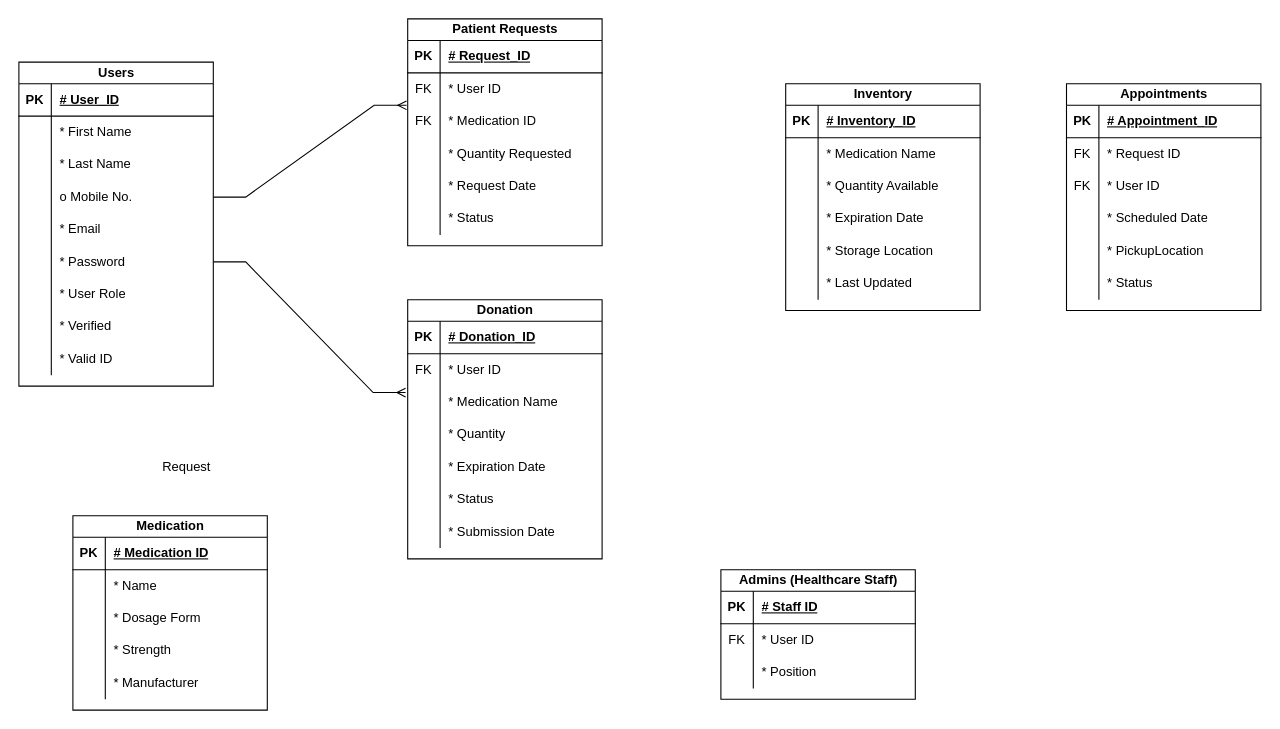
lucifron28/Information-Management keeps this draw.io diagram as Untitled Diagram.drawio. Above is the earlier version. Source tidied: cells renumbered, new cells numbered last; positions are measured from the earlier drawing's top-left corner, leaving out a move shared by most shapes. Both pictures are drawn from the tidied source at 108%, with x=0, y=0 at pixel (18, 18).
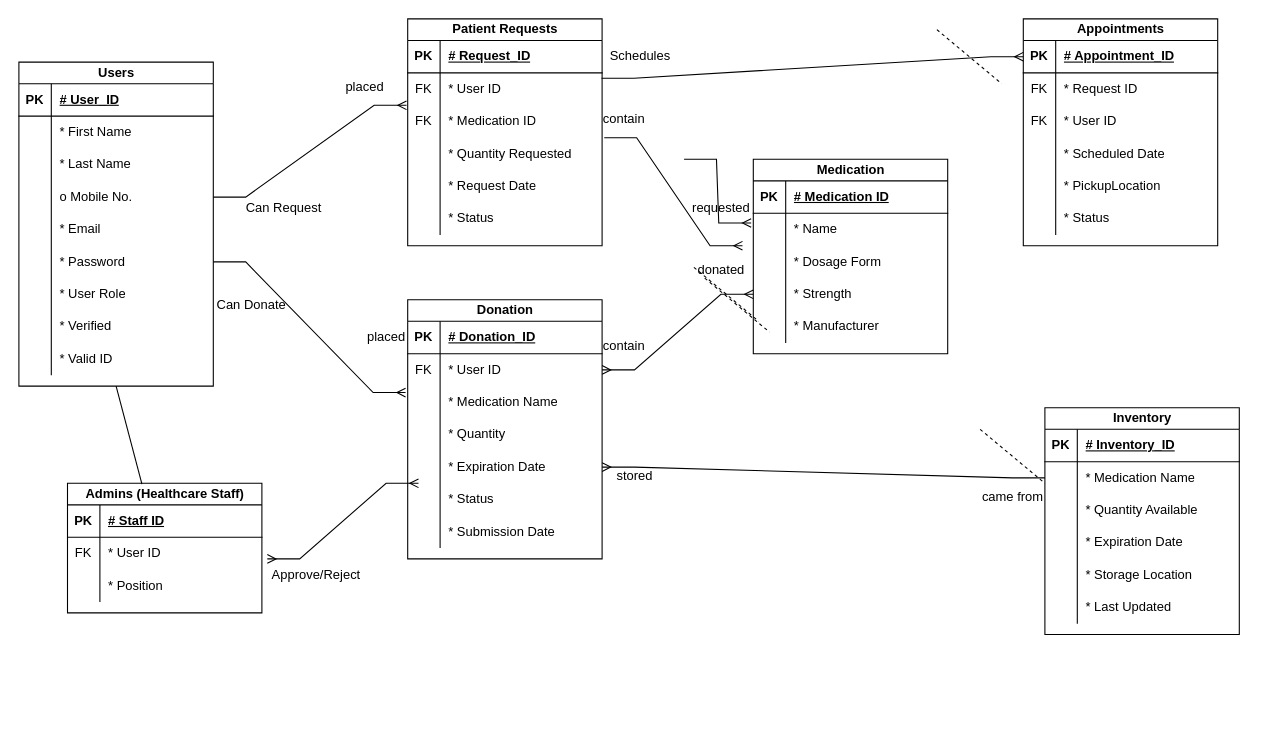
The same diagram, later.

The change refers to these unchanged cells:
```xml
<mxCell id="2" value="Users" style="shape=table;startSize=20;childLayout=tableLayout;rowLines=0;fontStyle=1;align=center;html=1;" parent="1" vertex="1">
  <mxGeometry y="40" width="180" height="300" as="geometry" />
</mxCell>
<mxCell id="34" style="shape=tableRow;horizontal=0;startSize=0;swimlaneHead=0;swimlaneBody=0;fillColor=none;points=[[0,0.5],[1,0.5]];portConstraint=eastwest;top=0;left=0;right=0;bottom=0;" parent="30" vertex="1">
  <mxGeometry y="50" width="180" height="30" as="geometry" />
</mxCell>
<mxCell id="40" style="shape=tableRow;horizontal=0;startSize=0;swimlaneHead=0;swimlaneBody=0;fillColor=none;points=[[0,0.5],[1,0.5]];portConstraint=eastwest;top=0;left=0;right=0;bottom=0;" parent="30" vertex="1">
  <mxGeometry y="110" width="180" height="30" as="geometry" />
</mxCell>
<mxCell id="50" style="shape=tableRow;horizontal=0;startSize=0;swimlaneHead=0;swimlaneBody=0;fillColor=none;points=[[0,0.5],[1,0.5]];portConstraint=eastwest;top=0;left=0;right=0;bottom=0;" parent="46" vertex="1">
  <mxGeometry y="50" width="180" height="30" as="geometry" />
</mxCell>
<mxCell id="59" style="shape=tableRow;horizontal=0;startSize=0;swimlaneHead=0;swimlaneBody=0;fillColor=none;points=[[0,0.5],[1,0.5]];portConstraint=eastwest;top=0;left=0;right=0;bottom=0;" parent="46" vertex="1">
  <mxGeometry y="140" width="180" height="30" as="geometry" />
</mxCell>
<mxCell id="72" style="shape=tableRow;horizontal=0;startSize=0;swimlaneHead=0;swimlaneBody=0;fillColor=none;points=[[0,0.5],[1,0.5]];portConstraint=eastwest;top=0;left=0;right=0;bottom=0;" parent="68" vertex="1">
  <mxGeometry y="50" width="180" height="30" as="geometry" />
</mxCell>
<mxCell id="88" style="shape=tableRow;horizontal=0;startSize=0;swimlaneHead=0;swimlaneBody=0;fillColor=none;points=[[0,0.5],[1,0.5]];portConstraint=eastwest;top=0;left=0;right=0;bottom=1;" parent="87" vertex="1">
  <mxGeometry y="20" width="180" height="30" as="geometry" />
</mxCell>
<mxCell id="110" style="shape=tableRow;horizontal=0;startSize=0;swimlaneHead=0;swimlaneBody=0;fillColor=none;points=[[0,0.5],[1,0.5]];portConstraint=eastwest;top=0;left=0;right=0;bottom=0;" parent="106" vertex="1">
  <mxGeometry y="50" width="180" height="30" as="geometry" />
</mxCell>
<mxCell id="116" style="shape=tableRow;horizontal=0;startSize=0;swimlaneHead=0;swimlaneBody=0;fillColor=none;points=[[0,0.5],[1,0.5]];portConstraint=eastwest;top=0;left=0;right=0;bottom=0;" parent="106" vertex="1">
  <mxGeometry y="110" width="180" height="30" as="geometry" />
</mxCell>
```

What changed in the source:
```diff
@@
     <mxCell id="30" value="Medication" style="shape=table;startSize=20;childLayout=tableLayout;rowLines=0;fontStyle=1;align=center;html=1;" parent="1" vertex="1">
-      <mxGeometry x="50" y="460" width="180" height="180" as="geometry" />
+      <mxGeometry x="680" y="130" width="180" height="180" as="geometry" />
     </mxCell>
@@
     <mxCell id="68" value="Inventory" style="shape=table;startSize=20;childLayout=tableLayout;rowLines=0;fontStyle=1;align=center;html=1;" parent="1" vertex="1">
-      <mxGeometry x="710" y="60" width="180" height="210" as="geometry" />
+      <mxGeometry x="950" y="360" width="180" height="210" as="geometry" />
     </mxCell>
@@
     <mxCell id="87" value="Appointments" style="shape=table;startSize=20;childLayout=tableLayout;rowLines=0;fontStyle=1;align=center;html=1;" parent="1" vertex="1">
-      <mxGeometry x="970" y="60" width="180" height="210" as="geometry" />
+      <mxGeometry x="930" width="180" height="210" as="geometry" />
     </mxCell>
@@
     <mxCell id="125" value="Admins (Healthcare Staff)" style="shape=table;startSize=20;childLayout=tableLayout;rowLines=0;fontStyle=1;align=center;html=1;" parent="1" vertex="1">
-      <mxGeometry x="650" y="510" width="180" height="120" as="geometry" />
+      <mxGeometry x="45" y="430" width="180" height="120" as="geometry" />
     </mxCell>
@@
-    <mxCell id="136" value="Request" style="text;html=1;align=center;verticalAlign=middle;strokeColor=none;fillColor=none;" parent="1" vertex="1">
-      <mxGeometry x="120" y="400" width="70" height="30" as="geometry" />
+    <mxCell id="136" value="Can Request" style="text;html=1;align=center;verticalAlign=middle;strokeColor=none;fillColor=none;" parent="1" vertex="1">
+      <mxGeometry x="200" y="160" width="90" height="30" as="geometry" />
     </mxCell>
@@
+    <mxCell id="138" style="edgeStyle=entityRelationEdgeStyle;fontSize=12;html=1;endArrow=ERmany;rounded=0;exitX=1.011;exitY=0;exitDx=0;exitDy=0;exitPerimeter=0;entryX=-0.011;entryY=0.3;entryDx=0;entryDy=0;entryPerimeter=0;" parent="1" edge="1" target="34">
+      <mxGeometry relative="1" as="geometry">
+        <mxPoint x="615.9" y="130" as="sourcePoint" />
+        <Array as="points">
+          <mxPoint x="684.8" y="399.4" />
+          <mxPoint x="694.8" y="387.4" />
+          <mxPoint x="754.8" y="467.4" />
+          <mxPoint x="684.8" y="427.4" />
+          <mxPoint x="684.8" y="417.4" />
+          <mxPoint x="734.8" y="447.4" />
+          <mxPoint x="654.8" y="397.4" />
+          <mxPoint x="694.8" y="407.4" />
+        </Array>
+      </mxGeometry>
+    </mxCell>
+    <mxCell id="139" style="edgeStyle=entityRelationEdgeStyle;fontSize=12;html=1;endArrow=ERmany;rounded=0;exitX=0.997;exitY=0.165;exitDx=0;exitDy=0;exitPerimeter=0;entryX=0;entryY=0.5;entryDx=0;entryDy=0;" parent="1" edge="1" source="110" target="88">
+      <mxGeometry relative="1" as="geometry">
+        <Array as="points">
+          <mxPoint x="874.8" y="323.4" />
+          <mxPoint x="884.8" y="311.4" />
+          <mxPoint x="944.8" y="391.4" />
+          <mxPoint x="874.8" y="351.4" />
+          <mxPoint x="874.8" y="341.4" />
+          <mxPoint x="924.8" y="371.4" />
+          <mxPoint x="844.8" y="321.4" />
+          <mxPoint x="884.8" y="331.4" />
+        </Array>
+      </mxGeometry>
+    </mxCell>
+    <mxCell id="140" style="edgeStyle=entityRelationEdgeStyle;fontSize=12;html=1;endArrow=ERmany;rounded=0;exitX=0;exitY=0.5;exitDx=0;exitDy=0;entryX=1;entryY=0.5;entryDx=0;entryDy=0;" parent="1" edge="1" source="72" target="59">
+      <mxGeometry relative="1" as="geometry">
+        <Array as="points">
+          <mxPoint x="934.8" y="715.4" />
+          <mxPoint x="944.8" y="703.4" />
+          <mxPoint x="1004.8" y="783.4" />
+          <mxPoint x="934.8" y="743.4" />
+          <mxPoint x="934.8" y="733.4" />
+          <mxPoint x="984.8" y="763.4" />
+          <mxPoint x="904.8" y="713.4" />
+          <mxPoint x="944.8" y="723.4" />
+        </Array>
+      </mxGeometry>
+    </mxCell>
+    <mxCell id="141" style="endArrow=none;html=1;rounded=0;entryX=0.5;entryY=1;entryDx=0;entryDy=0;exitX=0.383;exitY=0.007;exitDx=0;exitDy=0;exitPerimeter=0;" parent="1" edge="1" source="125" target="2">
+      <mxGeometry relative="1" as="geometry" />
+    </mxCell>
+    <mxCell id="142" value="Can Donate" style="text;html=1;align=center;verticalAlign=middle;strokeColor=none;fillColor=none;" parent="1" vertex="1">
+      <mxGeometry x="170" y="250" width="90" height="30" as="geometry" />
+    </mxCell>
+    <mxCell id="143" value="Schedules" style="text;html=1;align=center;verticalAlign=middle;strokeColor=none;fillColor=none;" parent="1" vertex="1">
+      <mxGeometry x="535" y="20" width="80" height="30" as="geometry" />
+    </mxCell>
+    <mxCell id="144" value="Approve/Reject" style="text;html=1;align=center;verticalAlign=middle;strokeColor=none;fillColor=none;" parent="1" vertex="1">
+      <mxGeometry x="220" y="500" width="110" height="30" as="geometry" />
+    </mxCell>
+    <mxCell id="145" style="edgeStyle=entityRelationEdgeStyle;fontSize=12;html=1;endArrow=ERmany;startArrow=ERmany;rounded=0;exitX=1;exitY=0.5;exitDx=0;exitDy=0;entryX=0;entryY=0.5;entryDx=0;entryDy=0;" parent="1" edge="1" source="50" target="40">
+      <mxGeometry relative="1" as="geometry" />
+    </mxCell>
+    <mxCell id="146" value="stored" style="text;html=1;align=center;verticalAlign=middle;strokeColor=none;fillColor=none;" parent="1" vertex="1">
+      <mxGeometry x="540" y="408" width="60" height="30" as="geometry" />
+    </mxCell>
+    <mxCell id="147" value="placed" style="text;html=1;align=center;verticalAlign=middle;strokeColor=none;fillColor=none;" parent="1" vertex="1">
+      <mxGeometry x="290" y="48" width="60" height="30" as="geometry" />
+    </mxCell>
+    <mxCell id="148" value="placed" style="text;html=1;align=center;verticalAlign=middle;strokeColor=none;fillColor=none;" parent="1" vertex="1">
+      <mxGeometry x="310" y="280" width="60" height="30" as="geometry" />
+    </mxCell>
+    <mxCell id="149" style="endArrow=none;dashed=1;html=1;rounded=0;" parent="1" edge="1">
+      <mxGeometry relative="1" as="geometry">
+        <mxPoint x="850" y="10" as="sourcePoint" />
+        <mxPoint x="910" y="60" as="targetPoint" />
+      </mxGeometry>
+    </mxCell>
+    <mxCell id="150" value="came from" style="text;html=1;align=center;verticalAlign=middle;strokeColor=none;fillColor=none;" parent="1" vertex="1">
+      <mxGeometry x="880" y="428" width="80" height="30" as="geometry" />
+    </mxCell>
+    <mxCell id="151" value="contain" style="text;html=1;align=center;verticalAlign=middle;strokeColor=none;fillColor=none;" parent="1" vertex="1">
+      <mxGeometry x="530" y="78" width="60" height="30" as="geometry" />
+    </mxCell>
+    <mxCell id="152" value="contain" style="text;html=1;align=center;verticalAlign=middle;strokeColor=none;fillColor=none;" parent="1" vertex="1">
+      <mxGeometry x="530" y="288" width="60" height="30" as="geometry" />
+    </mxCell>
+    <mxCell id="153" value="donated" style="text;html=1;align=center;verticalAlign=middle;strokeColor=none;fillColor=none;" parent="1" vertex="1">
+      <mxGeometry x="615" y="218" width="70" height="30" as="geometry" />
+    </mxCell>
+    <mxCell id="154" style="edgeStyle=entityRelationEdgeStyle;fontSize=12;html=1;endArrow=ERmany;rounded=0;exitX=1.011;exitY=0;exitDx=0;exitDy=0;exitPerimeter=0;" parent="1" edge="1" source="116">
+      <mxGeometry relative="1" as="geometry">
+        <mxPoint x="670" y="210" as="targetPoint" />
+      </mxGeometry>
+    </mxCell>
+    <mxCell id="155" style="endArrow=none;dashed=1;html=1;rounded=0;" parent="1" edge="1">
+      <mxGeometry relative="1" as="geometry">
+        <mxPoint x="890" y="380" as="sourcePoint" />
+        <mxPoint x="950" y="430" as="targetPoint" />
+      </mxGeometry>
+    </mxCell>
+    <mxCell id="156" style="endArrow=none;dashed=1;html=1;rounded=0;" parent="1" edge="1">
+      <mxGeometry relative="1" as="geometry">
+        <mxPoint x="625" y="230" as="sourcePoint" />
+        <mxPoint x="685" y="280" as="targetPoint" />
+      </mxGeometry>
+    </mxCell>
+    <mxCell id="157" style="endArrow=none;dashed=1;html=1;rounded=0;" parent="1" edge="1">
+      <mxGeometry relative="1" as="geometry">
+        <mxPoint x="635" y="240" as="sourcePoint" />
+        <mxPoint x="695" y="290" as="targetPoint" />
+      </mxGeometry>
+    </mxCell>
+    <mxCell id="158" style="edgeStyle=entityRelationEdgeStyle;fontSize=12;html=1;endArrow=ERmany;startArrow=ERmany;rounded=0;exitX=1;exitY=0.5;exitDx=0;exitDy=0;entryX=0;entryY=0.5;entryDx=0;entryDy=0;" parent="1" edge="1">
+      <mxGeometry relative="1" as="geometry">
+        <mxPoint x="230" y="500" as="sourcePoint" />
+        <mxPoint x="370" y="430" as="targetPoint" />
+      </mxGeometry>
+    </mxCell>
+    <mxCell id="159" value="requested" style="text;html=1;align=center;verticalAlign=middle;strokeColor=none;fillColor=none;" parent="1" vertex="1">
+      <mxGeometry x="610" y="160" width="80" height="30" as="geometry" />
+    </mxCell>
```
